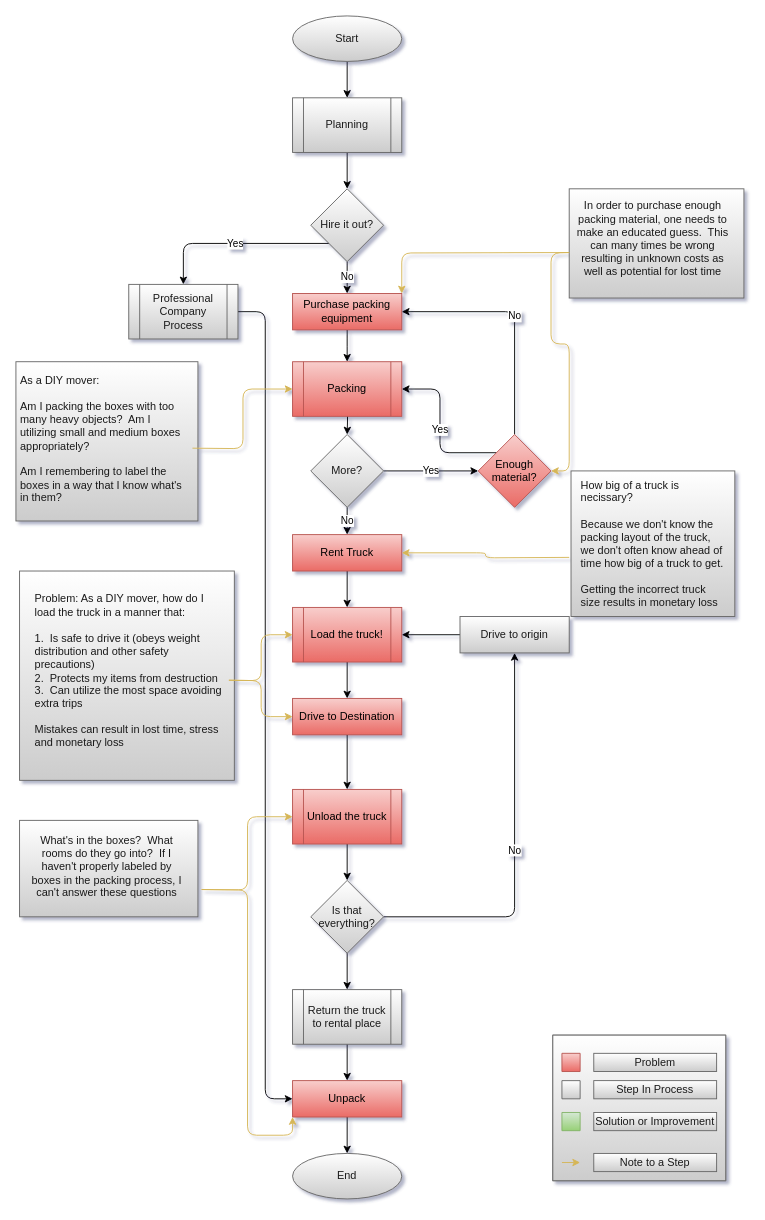
Earlier version of the draw.io diagram page "Problem Overview" (1 of 4) of Documents/flow_diagrams/Problem_Flow.drawio (LP-76/load.in). Source tidied: cells renumbered, new cells numbered last; positions are measured from the earlier drawing's top-left corner, leaving out a move shared by most shapes. Both pictures are drawn from the tidied source at 91%, with x=0, y=0 at pixel (15, 15).
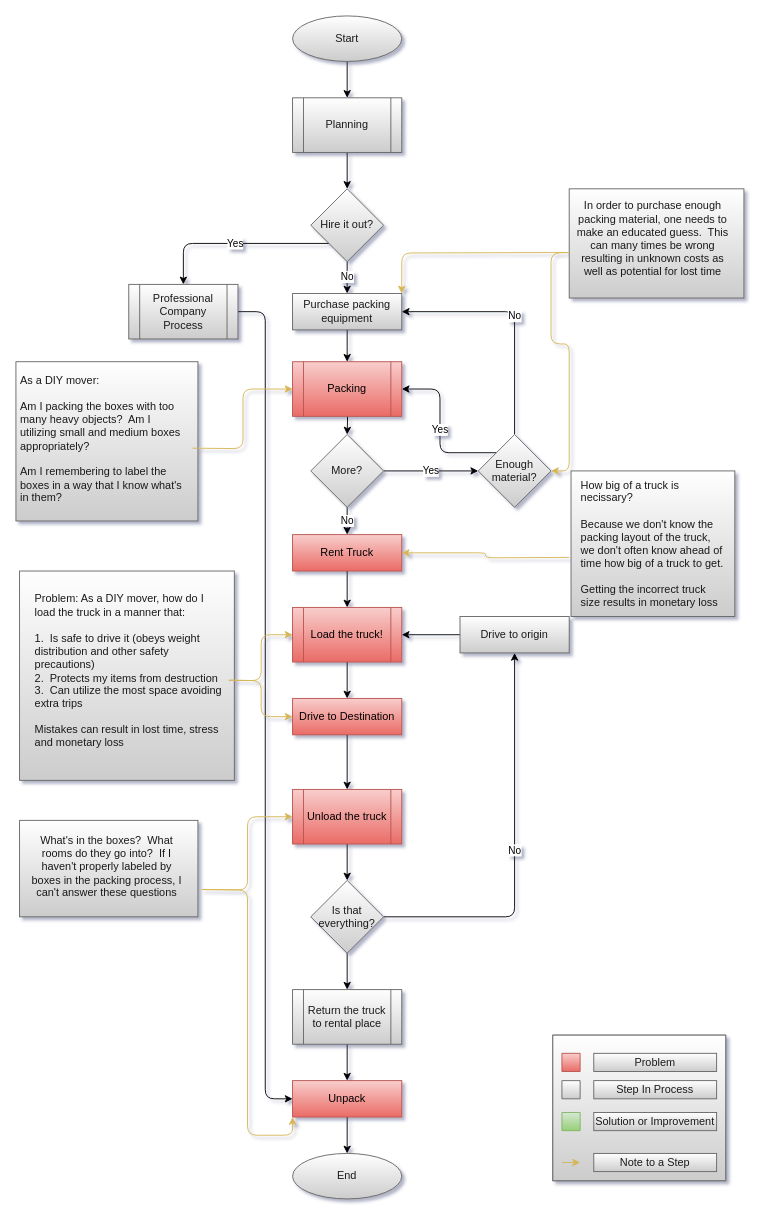
After the change.

Diff of the diagram source:
```diff
@@
-    <mxCell id="13" value="Purchase packing equipment" style="whiteSpace=wrap;html=1;fontSize=12;glass=0;strokeWidth=1;shadow=0;fillColor=#f8cecc;gradientColor=#ea6b66;strokeColor=#b85450;" parent="1" vertex="1">
+    <mxCell id="13" value="Purchase packing equipment" style="whiteSpace=wrap;html=1;fontSize=12;fillColor=#FFFFFF;gradientColor=#CCCCCC;strokeColor=#666666;fontColor=#1A1A1A;" parent="1" vertex="1">
       <mxGeometry x="304" y="305" width="120" height="40" as="geometry" />
     </mxCell>
@@
-    <mxCell id="20" value="Enough material?" style="rhombus;whiteSpace=wrap;html=1;fillColor=#f8cecc;gradientColor=#ea6b66;strokeColor=#b85450;" parent="1" vertex="1">
+    <mxCell id="20" value="Enough material?" style="rhombus;whiteSpace=wrap;html=1;fillColor=#FFFFFF;gradientColor=#CCCCCC;strokeColor=#666666;fontColor=#1A1A1A;" parent="1" vertex="1">
       <mxGeometry x="508" y="460" width="80" height="80" as="geometry" />
     </mxCell>
```
